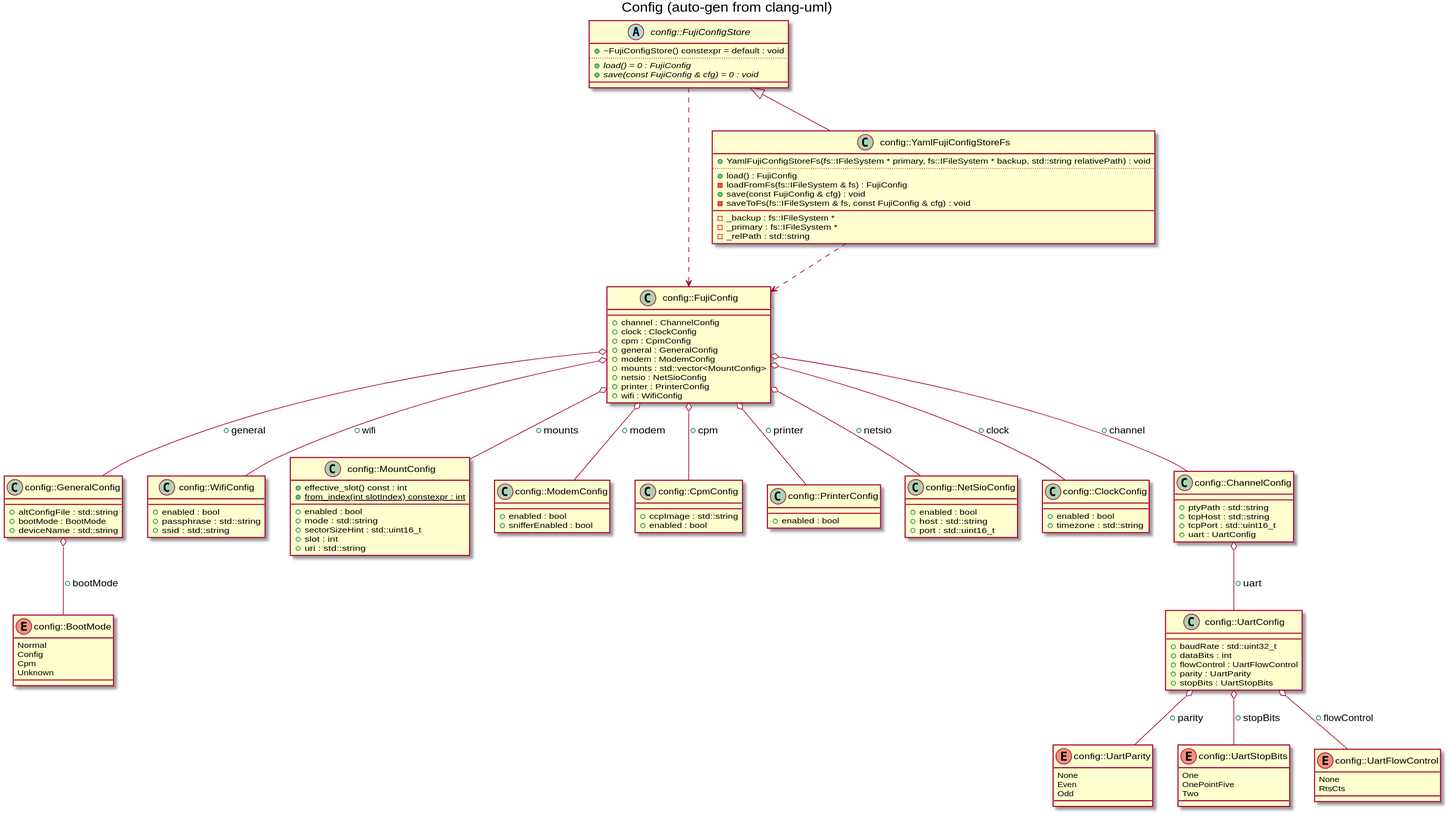
The PlantUML diagram docs/images/gen_config.svg in jeffpiep/fujinet-nio, before a commit.
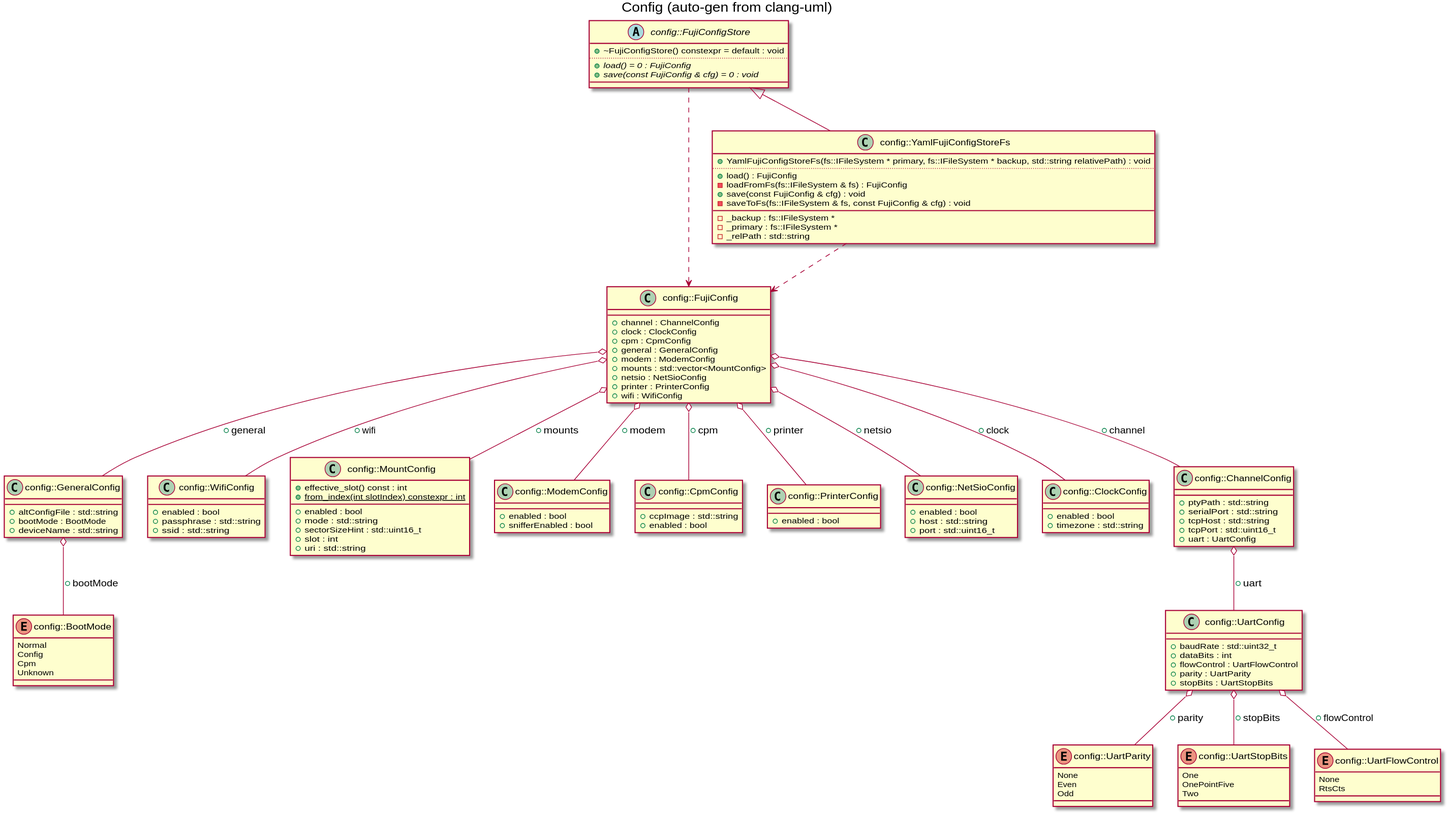
The same file after the commit.

Change to the diagram source:
```diff
@@ -92,6 +92,7 @@
 class C_0014601375190208620155 {
 __
 +ptyPath : std::string
++serialPort : std::string
 +tcpHost : std::string
 +tcpPort : std::uint16_t
 +uart : UartConfig
```
